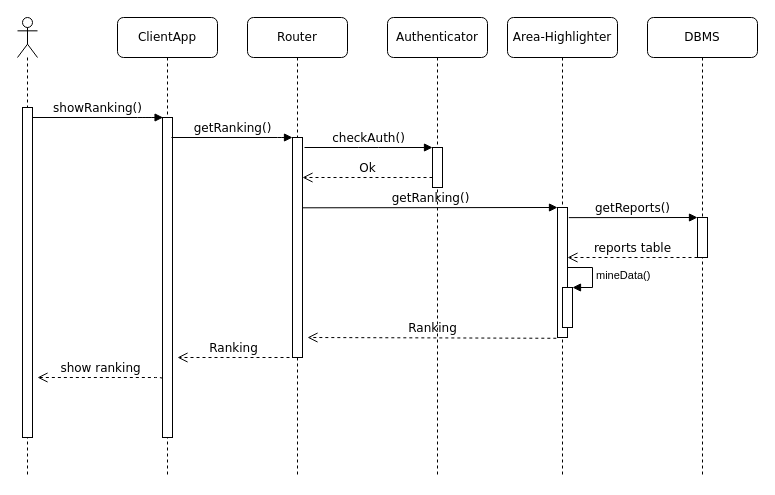
Above: DD/diagrams/ranking-sequence.drawio in f3d0ss/CazzolaDotti-se2 (draw.io), before the change. Source tidied: cells renumbered, new cells numbered last; positions are measured from the earlier drawing's top-left corner, leaving out a move shared by most shapes. Both pictures are drawn from the tidied source at 100%, with x=0, y=0 at pixel (-12, 17).
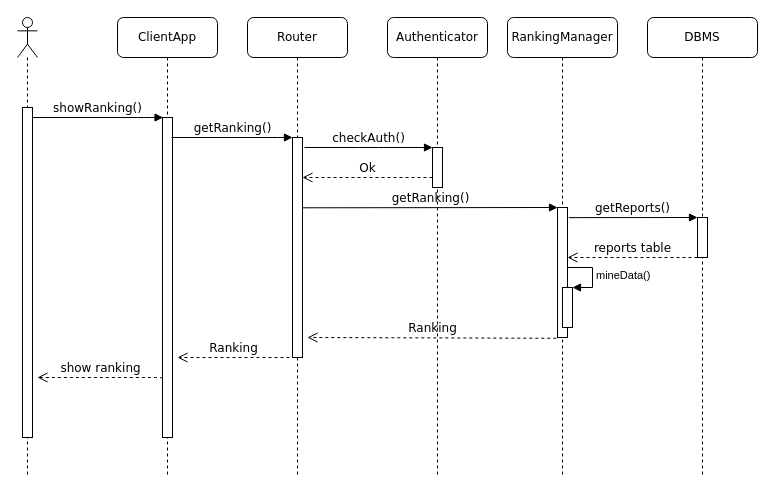
The same diagram, later.

Change to the diagram source:
```diff
@@
-    <mxCell id="13" value="Area-Highlighter" style="shape=umlLifeline;perimeter=lifelinePerimeter;whiteSpace=wrap;html=1;rounded=1;shadow=0;comic=0;labelBackgroundColor=none;strokeWidth=1;fontFamily=Verdana;fontSize=12;align=center;" parent="1" vertex="1">
+    <mxCell id="13" value="RankingManager" style="shape=umlLifeline;perimeter=lifelinePerimeter;whiteSpace=wrap;html=1;rounded=1;shadow=0;comic=0;labelBackgroundColor=none;strokeWidth=1;fontFamily=Verdana;fontSize=12;align=center;" parent="1" vertex="1">
       <mxGeometry x="519" width="110" height="460" as="geometry" />
     </mxCell>
```
